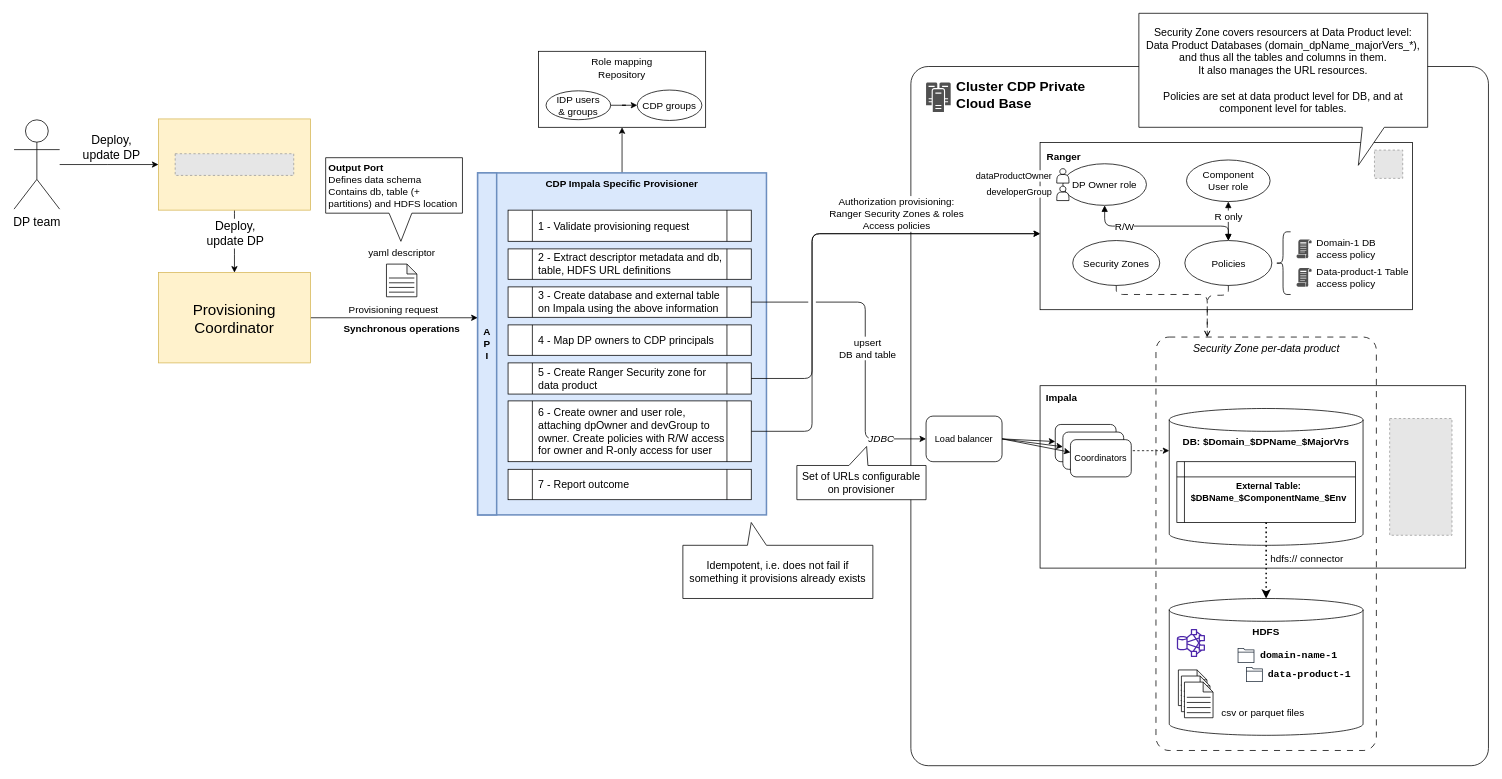
This is page "Private - OP - Provisioning" (4 of 11) of docs/hld.drawio from agile-lab-dev/witboost-cdp-impala-specific-provisioner, a draw.io file, before an edit. Source tidied: cells renumbered, new cells numbered last; positions are measured from the earlier drawing's top-left corner, leaving out a move shared by most shapes. Both pictures are drawn from the tidied source at 76%, with x=0, y=0 at pixel (14, 13). Pictures stored in the file or linked from it are replaced by grey dashed boxes.
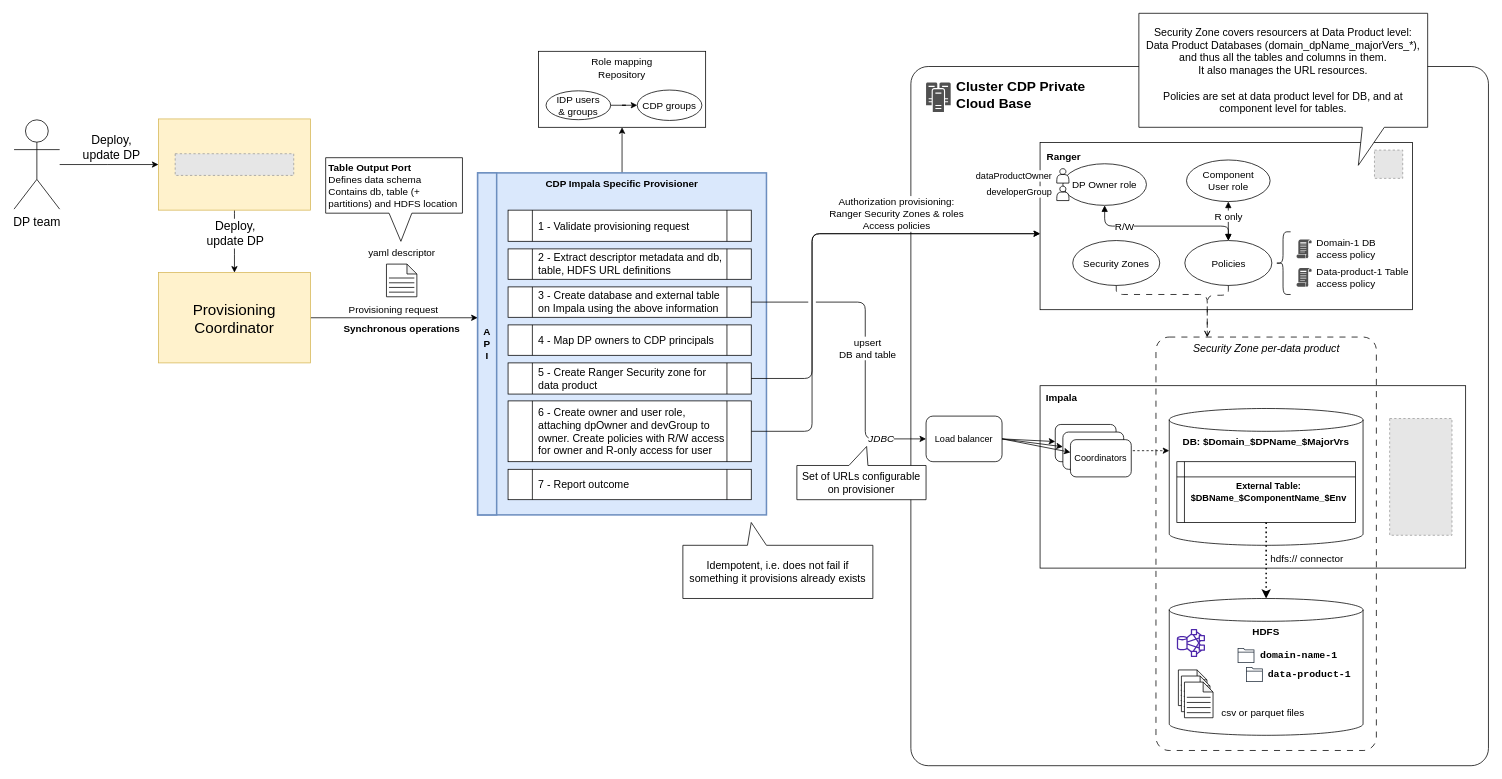
The same page after the edit.

Change to the diagram source:
```diff
@@
-    <mxCell id="40" value="&lt;b&gt;Output Port&lt;br&gt;&lt;/b&gt;Defines data schema&lt;br style=&quot;font-size: 13px;&quot;&gt;Contains db, table (+ partitions) and HDFS location" style="shape=callout;whiteSpace=wrap;html=1;perimeter=calloutPerimeter;flipH=1;spacing=4;size=37;position=0.37;position2=0.45;base=30;align=left;fontSize=13;" parent="1" vertex="1">
+    <mxCell id="40" value="&lt;b&gt;Table Output Port&lt;br&gt;&lt;/b&gt;Defines data schema&lt;br style=&quot;font-size: 13px;&quot;&gt;Contains db, table (+ partitions) and HDFS location" style="shape=callout;whiteSpace=wrap;html=1;perimeter=calloutPerimeter;flipH=1;spacing=4;size=37;position=0.37;position2=0.45;base=30;align=left;fontSize=13;" parent="1" vertex="1">
       <mxGeometry x="410" y="190" width="180" height="110" as="geometry" />
     </mxCell>
```
